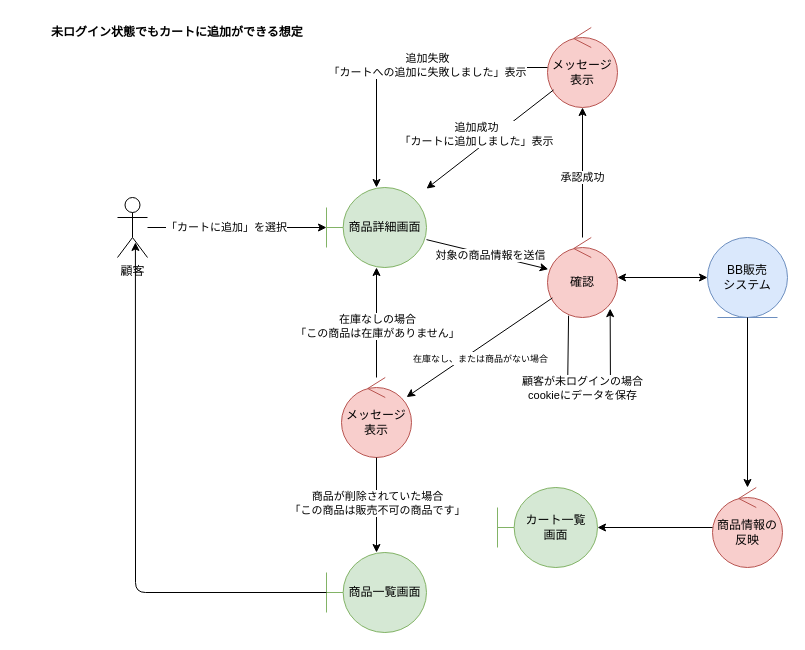
Earlier version of the draw.io diagram BB/analysis_cart.drawio (FujikawaHirono0520/group3_1_dogdog). Source tidied: cells renumbered, new cells numbered last; positions are measured from the earlier drawing's top-left corner, leaving out a move shared by most shapes. Both pictures are drawn from the tidied source at 100%, with x=0, y=0 at pixel (17, 17).
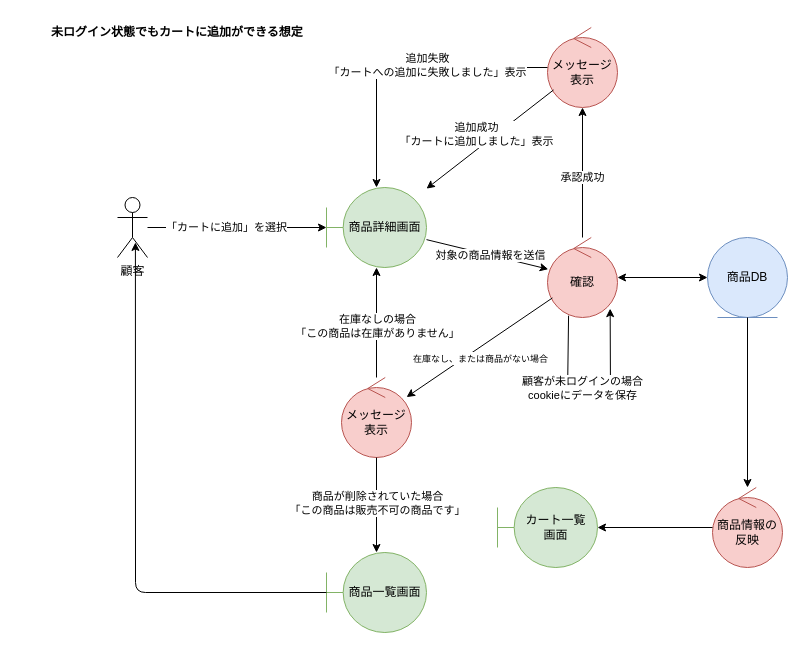
The same diagram, later.

Commit message (it also covers changes not shown here):
thank you for my DB, lov

Change to the diagram source:
```diff
@@
-    <mxCell id="10" value="BB販売&lt;div&gt;システム&lt;/div&gt;" style="ellipse;shape=umlEntity;whiteSpace=wrap;html=1;fillColor=#dae8fc;strokeColor=#6c8ebf;" parent="1" vertex="1">
+    <mxCell id="10" value="商品DB" style="ellipse;shape=umlEntity;whiteSpace=wrap;html=1;fillColor=#dae8fc;strokeColor=#6c8ebf;" parent="1" vertex="1">
       <mxGeometry x="690" y="220" width="80" height="80" as="geometry" />
     </mxCell>
```
